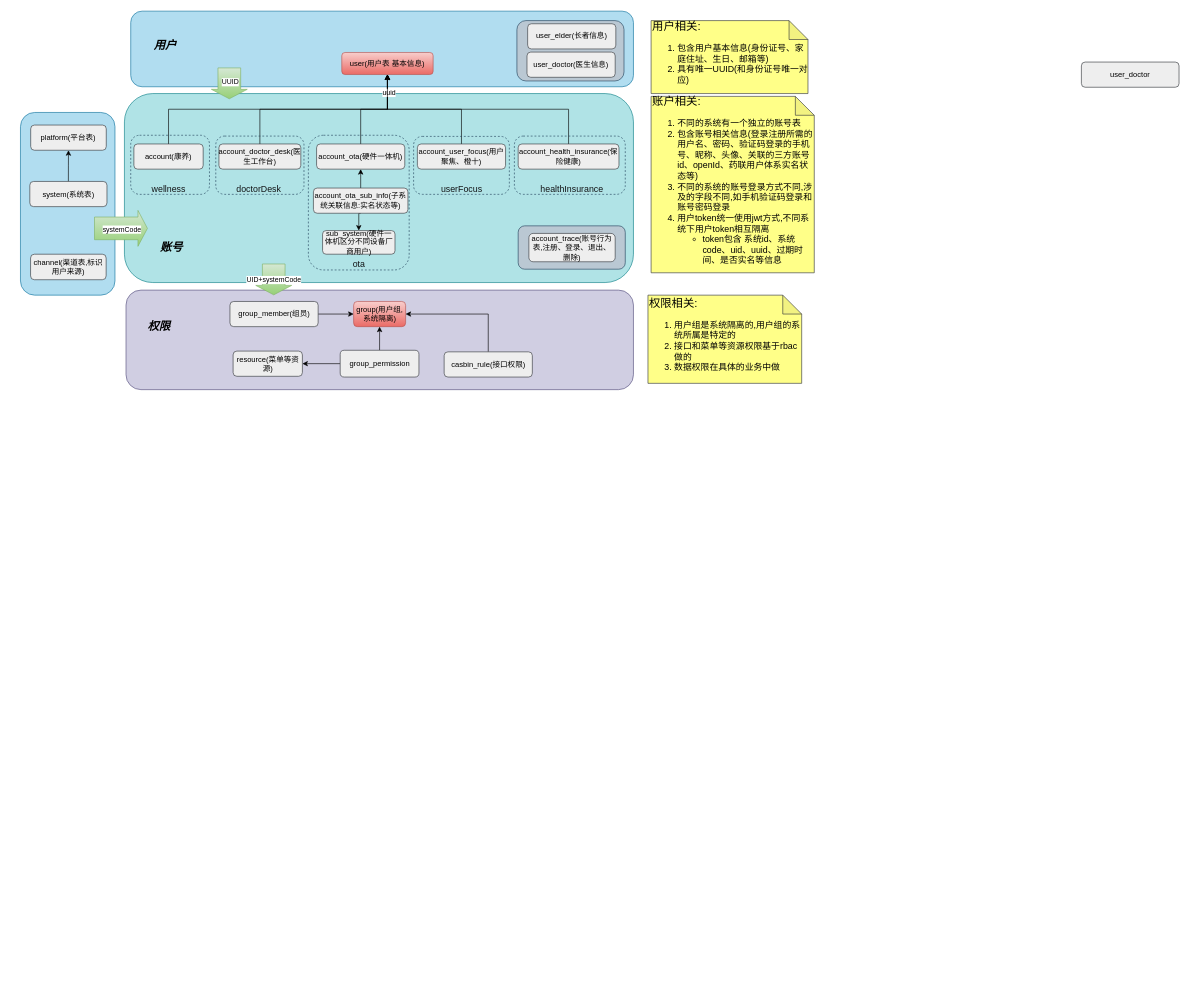
The draw.io diagram uniondrug/ud_20220420_用户中心数据结构概图.drawio in astroxu/draw, before the edit. Source tidied: cells renumbered, new cells numbered last; positions are measured from the earlier drawing's top-left corner, leaving out a move shared by most shapes. Both pictures are drawn from the tidied source at 63%, with x=0, y=0 at pixel (20, 11).
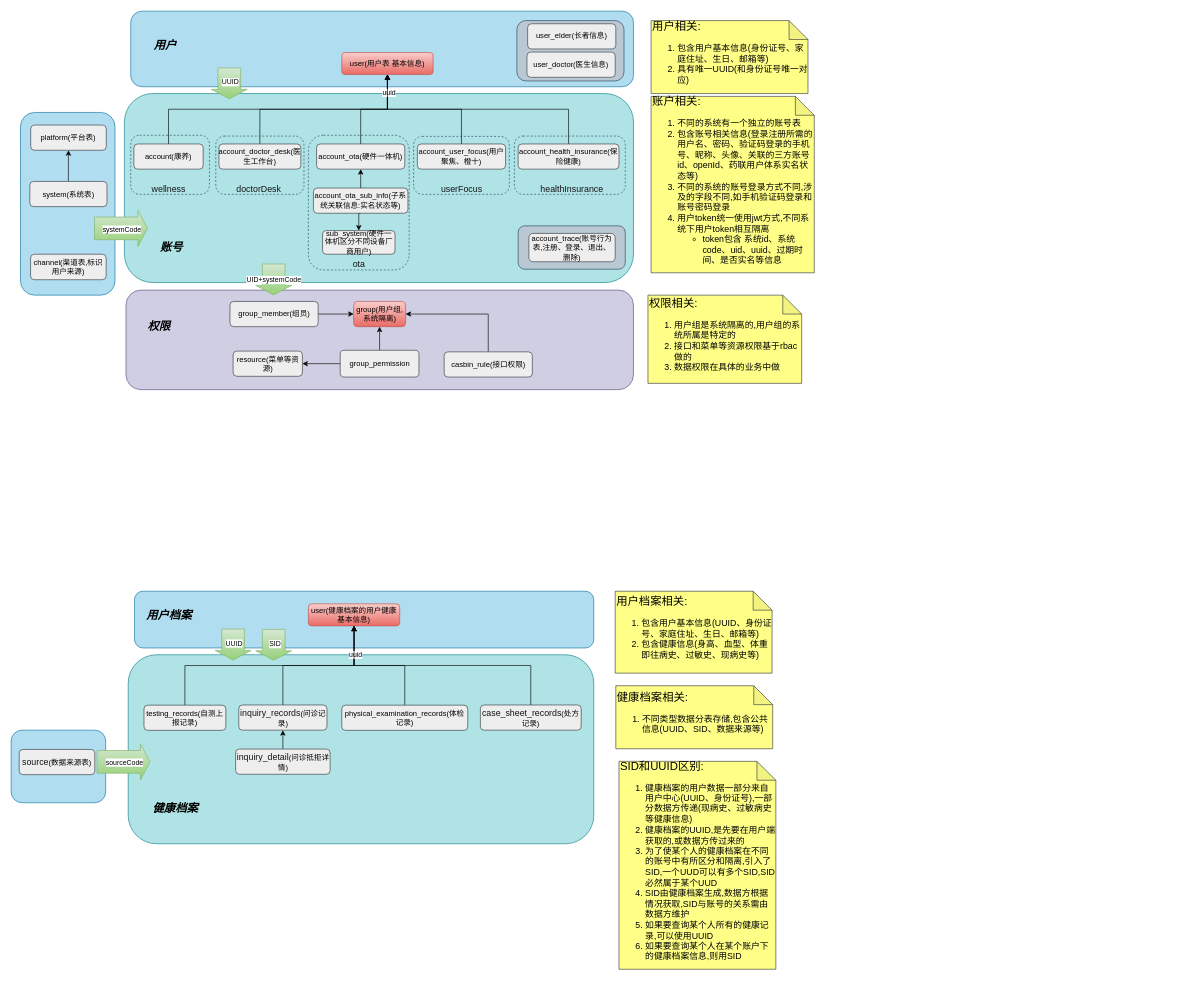
The same diagram, later.

Commit message:
Update ud_20220420_用户中心数据结构概图.drawio

The edit, as a diff of the source:
```diff
@@
+    <mxCell id="65" style="rounded=1;whiteSpace=wrap;html=1;fillColor=#b1ddf0;strokeColor=#10739e;" parent="1" vertex="1">
+      <mxGeometry x="-14.8" y="1141.5" width="150" height="115.2" as="geometry" />
+    </mxCell>
+    <mxCell id="66" style="rounded=1;whiteSpace=wrap;html=1;fillColor=#b0e3e6;strokeColor=#0e8088;" parent="1" vertex="1">
+      <mxGeometry x="171" y="1021.8" width="739" height="300" as="geometry" />
+    </mxCell>
@@
-    <mxCell id="37" value="user_doctor" style="rounded=1;whiteSpace=wrap;html=1;fillColor=#eeeeee;strokeColor=#36393d;" parent="1" vertex="1">
-      <mxGeometry x="1684" y="81" width="155" height="40" as="geometry" />
-    </mxCell>
@@
+    <mxCell id="67" style="rounded=1;whiteSpace=wrap;html=1;fillColor=#b1ddf0;strokeColor=#10739e;" parent="1" vertex="1">
+      <mxGeometry x="181" y="921" width="729" height="90" as="geometry" />
+    </mxCell>
+    <mxCell id="68" value="user(健康档案的用户健康基本信息)" style="rounded=1;whiteSpace=wrap;html=1;fillColor=#f8cecc;strokeColor=#b85450;gradientColor=#ea6b66;" parent="1" vertex="1">
+      <mxGeometry x="457" y="941" width="145" height="35" as="geometry" />
+    </mxCell>
+    <mxCell id="69" style="edgeStyle=orthogonalEdgeStyle;rounded=0;jettySize=auto;html=1;exitX=0.5;exitY=0;exitDx=0;exitDy=0;entryX=0.5;entryY=1;entryDx=0;entryDy=0;" parent="1" edge="1" source="70" target="68">
+      <mxGeometry relative="1" as="geometry" />
+    </mxCell>
+    <mxCell id="70" value="testing_records(自测上报记录)" style="rounded=1;whiteSpace=wrap;html=1;fillColor=#eeeeee;strokeColor=#36393d;" parent="1" vertex="1">
+      <mxGeometry x="196" y="1101.8" width="130" height="40" as="geometry" />
+    </mxCell>
+    <mxCell id="71" style="edgeStyle=orthogonalEdgeStyle;rounded=0;jettySize=auto;html=1;exitX=0.5;exitY=0;exitDx=0;exitDy=0;entryX=0.5;entryY=1;entryDx=0;entryDy=0;" parent="1" edge="1" source="72" target="68">
+      <mxGeometry relative="1" as="geometry" />
+    </mxCell>
+    <mxCell id="72" value="&lt;span style=&quot;color: rgb(18 , 20 , 22) ; font-size: 14px&quot;&gt;case_sheet_records&lt;/span&gt;(处方记录)" style="rounded=1;whiteSpace=wrap;html=1;fillColor=#eeeeee;strokeColor=#36393d;" parent="1" vertex="1">
+      <mxGeometry x="730" y="1101.5" width="160" height="40" as="geometry" />
+    </mxCell>
+    <mxCell id="73" style="edgeStyle=orthogonalEdgeStyle;rounded=0;jettySize=auto;html=1;exitX=0.5;exitY=0;exitDx=0;exitDy=0;entryX=0.5;entryY=1;entryDx=0;entryDy=0;" parent="1" edge="1" source="74" target="77">
+      <mxGeometry relative="1" as="geometry" />
+    </mxCell>
+    <mxCell id="74" value="&lt;span style=&quot;color: rgb(18 , 20 , 22) ; font-size: 14px&quot;&gt;inquiry_detail&lt;/span&gt;(问诊抵拒详情)" style="rounded=1;whiteSpace=wrap;html=1;fillColor=#eeeeee;strokeColor=#36393d;" parent="1" vertex="1">
+      <mxGeometry x="341.5" y="1171.5" width="150" height="40" as="geometry" />
+    </mxCell>
+    <mxCell id="75" style="edgeStyle=orthogonalEdgeStyle;rounded=0;jettySize=auto;html=1;exitX=0.5;exitY=0;exitDx=0;exitDy=0;entryX=0.5;entryY=1;entryDx=0;entryDy=0;" parent="1" edge="1" source="77" target="68">
+      <mxGeometry relative="1" as="geometry" />
+    </mxCell>
+    <mxCell id="76" value="uuid" style="edgeLabel;html=1;align=center;verticalAlign=middle;" parent="75" vertex="1">
+      <mxGeometry x="0.62" y="-2" relative="1" as="geometry" />
+    </mxCell>
+    <mxCell id="77" value="&lt;span style=&quot;color: rgb(18 , 20 , 22) ; font-size: 14px&quot;&gt;inquiry_records&lt;/span&gt;(问诊记录)" style="rounded=1;whiteSpace=wrap;html=1;fillColor=#eeeeee;strokeColor=#36393d;" parent="1" vertex="1">
+      <mxGeometry x="346.5" y="1101.5" width="140" height="40" as="geometry" />
+    </mxCell>
+    <mxCell id="78" style="edgeStyle=orthogonalEdgeStyle;rounded=0;jettySize=auto;html=1;exitX=0.5;exitY=0;exitDx=0;exitDy=0;" parent="1" edge="1" source="79" target="68">
+      <mxGeometry relative="1" as="geometry" />
+    </mxCell>
+    <mxCell id="79" value="physical_examination_records(体检记录)" style="rounded=1;whiteSpace=wrap;html=1;fillColor=#eeeeee;strokeColor=#36393d;" parent="1" vertex="1">
+      <mxGeometry x="510" y="1101.8" width="200" height="40" as="geometry" />
+    </mxCell>
+    <mxCell id="80" style="shape=flexArrow;endArrow=classic;html=1;rounded=0;width=36;endSize=4.67;fillColor=#d5e8d4;strokeColor=#82b366;gradientColor=#97d077;" parent="1" edge="1">
+      <mxGeometry relative="1" as="geometry">
+        <mxPoint x="337.5" y="980.5" as="sourcePoint" />
+        <mxPoint x="337.5" y="1030.5" as="targetPoint" />
+      </mxGeometry>
+    </mxCell>
+    <mxCell id="81" value="UUID" style="edgeLabel;html=1;align=center;verticalAlign=middle;" parent="80" vertex="1">
+      <mxGeometry x="-0.1" y="1" relative="1" as="geometry" />
+    </mxCell>
+    <mxCell id="82" style="edgeStyle=orthogonalEdgeStyle;rounded=0;orthogonalLoop=1;jettySize=auto;html=1;exitX=0.5;exitY=1;exitDx=0;exitDy=0;" parent="1" edge="1">
+      <mxGeometry relative="1" as="geometry">
+        <mxPoint x="417.5" y="1230.8" as="sourcePoint" />
+        <mxPoint x="417.5" y="1230.8" as="targetPoint" />
+      </mxGeometry>
+    </mxCell>
+    <mxCell id="83" style="shape=flexArrow;endArrow=classic;html=1;rounded=0;width=36;endSize=4.67;fillColor=#d5e8d4;strokeColor=#82b366;gradientColor=#97d077;" parent="1" edge="1">
+      <mxGeometry relative="1" as="geometry">
+        <mxPoint x="121" y="1191.8" as="sourcePoint" />
+        <mxPoint x="206" y="1191.8" as="targetPoint" />
+      </mxGeometry>
+    </mxCell>
+    <mxCell id="84" value="sourceCode" style="edgeLabel;html=1;align=center;verticalAlign=middle;" parent="83" vertex="1">
+      <mxGeometry y="-1" relative="1" as="geometry" />
+    </mxCell>
+    <mxCell id="85" value="用户档案" style="shape=note;whiteSpace=wrap;html=1;backgroundOutline=1;darkOpacity=0.05;dashed=1;fillColor=none;size=0;strokeColor=none;fontSize=18;fontStyle=3;" parent="1" vertex="1">
+      <mxGeometry x="196" y="908.5" width="80" height="100" as="geometry" />
+    </mxCell>
+    <mxCell id="86" value="健康档案" style="shape=note;whiteSpace=wrap;html=1;backgroundOutline=1;darkOpacity=0.05;dashed=1;fillColor=none;size=0;strokeColor=none;fontSize=18;fontStyle=3;" parent="1" vertex="1">
+      <mxGeometry x="206" y="1216.1" width="80" height="100" as="geometry" />
+    </mxCell>
+    <mxCell id="87" value="&lt;span style=&quot;color: rgb(18 , 20 , 22) ; font-size: 14px&quot;&gt;source&lt;/span&gt;(数据来源表)" style="rounded=1;whiteSpace=wrap;html=1;fillColor=#eeeeee;strokeColor=#36393d;" parent="1" vertex="1">
+      <mxGeometry x="-2" y="1172.1" width="120" height="40" as="geometry" />
+    </mxCell>
+    <mxCell id="88" style="edgeStyle=orthogonalEdgeStyle;rounded=0;orthogonalLoop=1;jettySize=auto;html=1;exitX=0.5;exitY=1;exitDx=0;exitDy=0;fontSize=18;" parent="1" edge="1" source="65" target="65">
+      <mxGeometry relative="1" as="geometry" />
+    </mxCell>
+    <mxCell id="89" style="shape=flexArrow;endArrow=classic;html=1;rounded=0;width=36;endSize=4.67;fillColor=#d5e8d4;strokeColor=#82b366;gradientColor=#97d077;" parent="1" edge="1">
+      <mxGeometry relative="1" as="geometry">
+        <mxPoint x="402" y="981" as="sourcePoint" />
+        <mxPoint x="402" y="1031" as="targetPoint" />
+      </mxGeometry>
+    </mxCell>
+    <mxCell id="90" value="SID" style="edgeLabel;html=1;align=center;verticalAlign=middle;" parent="89" vertex="1">
+      <mxGeometry x="-0.1" y="1" relative="1" as="geometry" />
+    </mxCell>
+    <mxCell id="91" value="用户档案相关:&lt;br&gt;&lt;ol style=&quot;font-size: 14px&quot;&gt;&lt;li&gt;包含用户基本信息(UUID、身份证号、家庭住址、生日、邮箱等)&lt;/li&gt;&lt;li&gt;包含健康信息(身高、血型、体重即往病史、过敏史、现病史等)&lt;/li&gt;&lt;/ol&gt;" style="shape=note;whiteSpace=wrap;html=1;backgroundOutline=1;darkOpacity=0.05;fontSize=18;fillColor=#ffff88;strokeColor=#36393d;align=left;" parent="1" vertex="1">
+      <mxGeometry x="944" y="921" width="249" height="130" as="geometry" />
+    </mxCell>
+    <mxCell id="92" value="健康档案相关:&lt;br&gt;&lt;ol style=&quot;font-size: 14px&quot;&gt;&lt;li&gt;不同类型数据分表存储,包含公共信息(UUID、SID、数据来源等)&lt;/li&gt;&lt;/ol&gt;" style="shape=note;whiteSpace=wrap;html=1;backgroundOutline=1;darkOpacity=0.05;fontSize=18;fillColor=#ffff88;strokeColor=#36393d;align=left;" parent="1" vertex="1">
+      <mxGeometry x="945" y="1071" width="249" height="100" as="geometry" />
+    </mxCell>
+    <mxCell id="93" value="SID和UUID区别:&lt;br&gt;&lt;ol style=&quot;font-size: 14px&quot;&gt;&lt;li&gt;健康档案的用户数据一部分来自用户中心(UUID、身份证号),一部分数据方传递(现病史、过敏病史等健康信息)&lt;/li&gt;&lt;li&gt;健康档案的UUID,是先要在用户端获取的,或数据方传过来的&lt;/li&gt;&lt;li&gt;为了使某个人的健康档案在不同的账号中有所区分和隔离,引入了SID,一个UUD可以有多个SID,SID必然属于某个UUD&lt;/li&gt;&lt;li&gt;SID由健康档案生成,数据方根据情况获取,SID与账号的关系需由数据方维护&lt;/li&gt;&lt;li&gt;如果要查询某个人所有的健康记录,可以使用UUID&lt;/li&gt;&lt;li&gt;如果要查询某个人在某个账户下的健康档案信息,则用SID&lt;/li&gt;&lt;/ol&gt;" style="shape=note;whiteSpace=wrap;html=1;backgroundOutline=1;darkOpacity=0.05;fontSize=18;fillColor=#ffff88;strokeColor=#36393d;align=left;" parent="1" vertex="1">
+      <mxGeometry x="950" y="1191" width="249" height="330" as="geometry" />
+    </mxCell>
```
